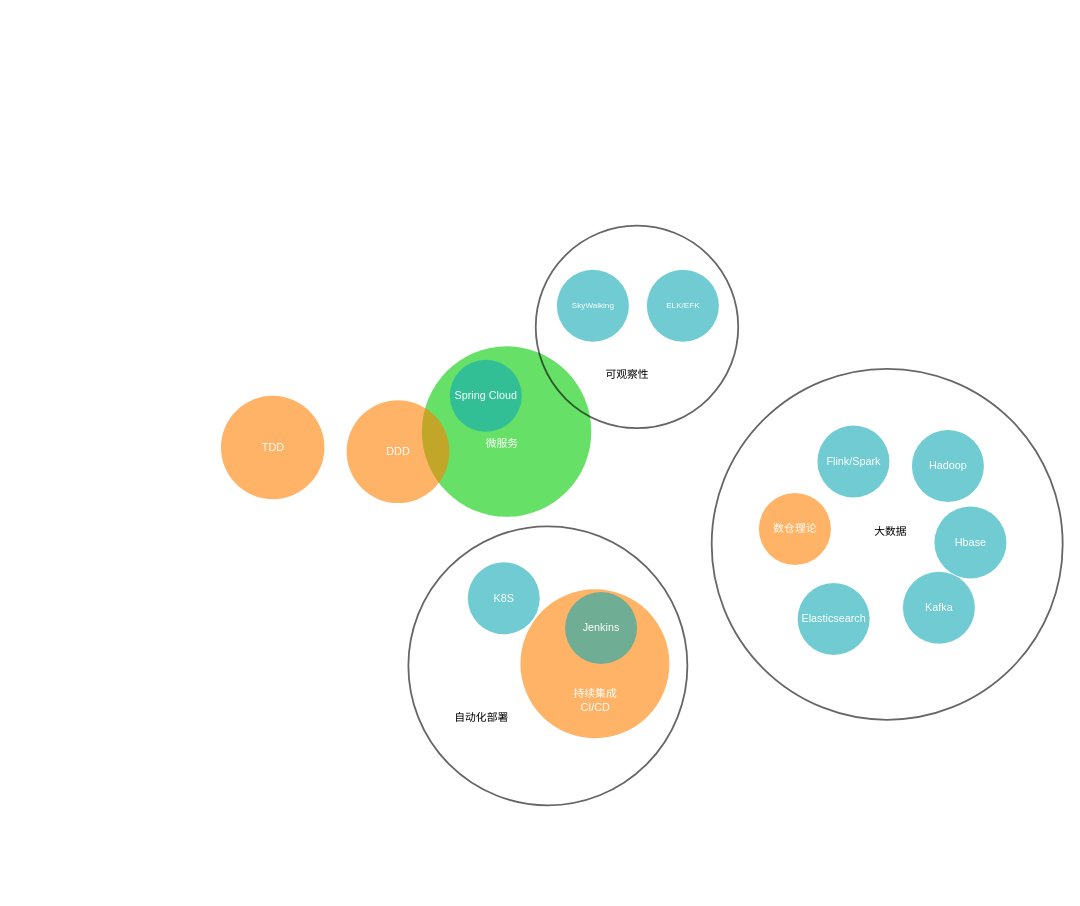
Before: 2019/软件开发技能关注点.drawio in BearKid/MyImageHosting, a draw.io diagram. Source tidied: cells renumbered, new cells numbered last; positions are measured from the earlier drawing's top-left corner, leaving out a move shared by most shapes. Both pictures are drawn from the tidied source at 45%, with x=0, y=0 at pixel (174, 225).
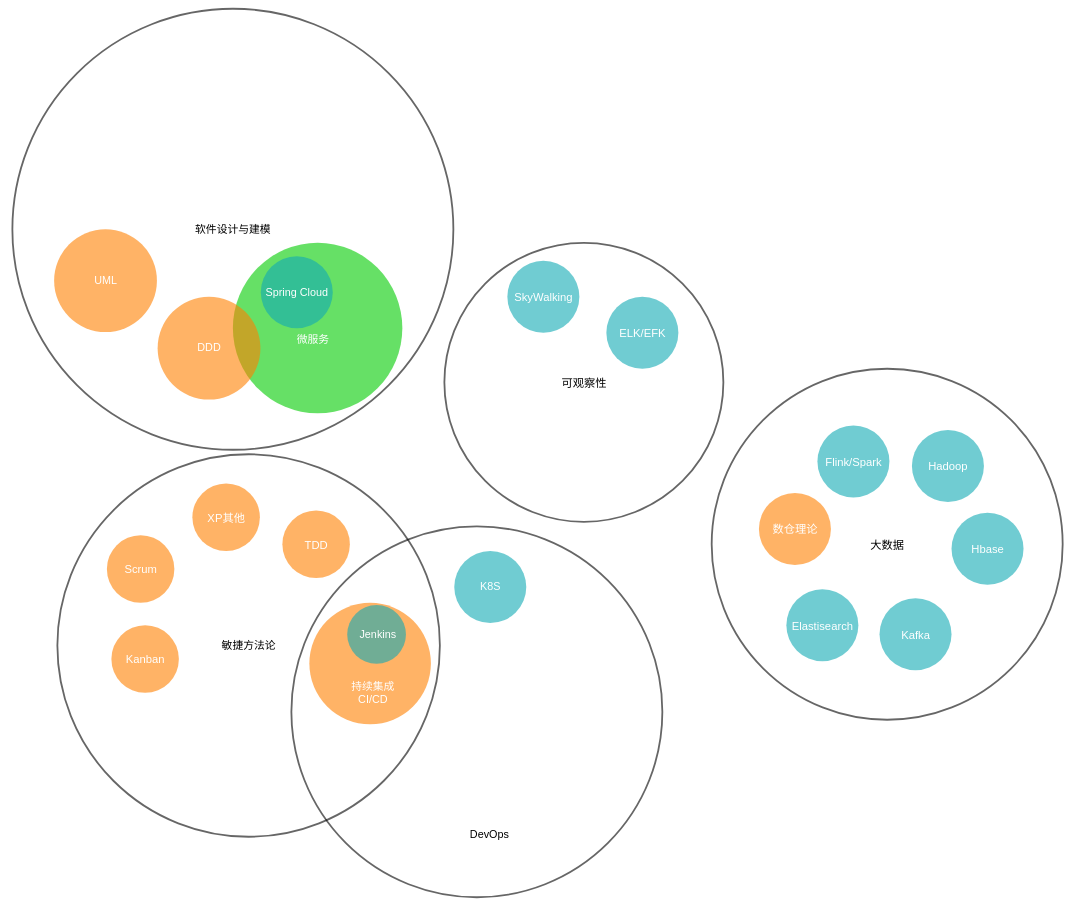
After the change.

Commit message:
更新软件开发技能关注点.drawio

The edit, as a diff of the source:
```diff
@@
-    <mxCell id="2" style="ellipse;fillColor=none;opacity=60;strokeColor=#000000;html=1;fontColor=#FFFFFF;strokeWidth=4;" parent="1" vertex="1">
-      <mxGeometry x="1194" y="318" width="780" height="780" as="geometry" />
-    </mxCell>
+    <mxCell id="9" style="ellipse;fillColor=none;opacity=60;strokeColor=#000000;html=1;fontColor=#FFFFFF;strokeWidth=4;" parent="1" vertex="1">
+      <mxGeometry x="260" y="668" width="824.4" height="824.4" as="geometry" />
+    </mxCell>
+    <mxCell id="59" value="&lt;font style=&quot;font-size: 24px&quot;&gt;敏捷方法论&lt;/font&gt;" style="ellipse;fillColor=none;opacity=60;strokeColor=#000000;html=1;fontColor=#000000;strokeWidth=4;" parent="1" vertex="1">
+      <mxGeometry x="-260" y="508" width="850" height="850" as="geometry" />
+    </mxCell>
@@
-    <mxCell id="8" style="group;" parent="1" vertex="1">
-      <mxGeometry x="550" y="698" width="746.4" height="600" as="geometry" />
-    </mxCell>
-    <mxCell id="9" style="ellipse;fillColor=none;opacity=60;strokeColor=#000000;html=1;fontColor=#FFFFFF;strokeWidth=4;" parent="8" vertex="1">
-      <mxGeometry x="-30" y="-30" width="620" height="620" as="geometry" />
-    </mxCell>
-    <mxCell id="10" style="group;" parent="8" vertex="1">
-      <mxGeometry x="30" y="50" width="304" height="160" as="geometry" />
-    </mxCell>
-    <mxCell id="11" style="ellipse;fillColor=#12AAB5;opacity=60;strokeColor=none;html=1;fontColor=#FFFFFF;" parent="10" vertex="1">
-      <mxGeometry x="72" width="160" height="160" as="geometry" />
-    </mxCell>
-    <mxCell id="12" value="K8S" style="text;fontSize=24;align=center;verticalAlign=middle;html=1;fontColor=#FFFFFF;" parent="10" vertex="1">
-      <mxGeometry y="24" width="304" height="112" as="geometry" />
-    </mxCell>
-    <mxCell id="13" style="group;" parent="8" vertex="1">
-      <mxGeometry x="70" y="110" width="676.4" height="421.1" as="geometry" />
-    </mxCell>
+    <mxCell id="19" value="&lt;font color=&quot;#000000&quot;&gt;DevOps&lt;/font&gt;" style="text;fontSize=24;align=center;verticalAlign=middle;html=1;fontColor=#FFFFFF;" parent="1" vertex="1">
+      <mxGeometry x="610" y="1318" width="180" height="70" as="geometry" />
+    </mxCell>
+    <mxCell id="60" style="group;" parent="1" vertex="1">
+      <mxGeometry x="300" y="838" width="281.1" height="270" as="geometry" />
+    </mxCell>
-    <mxCell id="14" style="ellipse;fillColor=#FF8000;opacity=60;strokeColor=none;html=1;fontColor=#FFFFFF;" parent="13" vertex="1">
-      <mxGeometry x="149" width="331.1" height="331.1" as="geometry" />
+    <mxCell id="14" style="ellipse;fillColor=#FF8000;opacity=60;strokeColor=none;html=1;fontColor=#FFFFFF;" parent="60" vertex="1">
+      <mxGeometry width="270" height="270" as="geometry" />
     </mxCell>
-    <mxCell id="15" value="持续集成&lt;br&gt;CI/CD" style="text;fontSize=24;align=center;verticalAlign=middle;html=1;fontColor=#FFFFFF;" parent="13" vertex="1">
-      <mxGeometry x="-4.5" y="131.1" width="638.2" height="231.8" as="geometry" />
+    <mxCell id="15" value="持续集成&lt;br&gt;CI/CD" style="text;fontSize=24;align=center;verticalAlign=middle;html=1;fontColor=#FFFFFF;" parent="60" vertex="1">
+      <mxGeometry x="38.7" y="190" width="203.6" height="19.5" as="geometry" />
     </mxCell>
-    <mxCell id="16" style="group;" parent="13" vertex="1">
-      <mxGeometry x="176.2" y="6.1" width="304" height="160" as="geometry" />
+    <mxCell id="16" style="group;" parent="60" vertex="1">
+      <mxGeometry x="23" y="5" width="258.1" height="130.5" as="geometry" />
     </mxCell>
     <mxCell id="17" style="ellipse;fillColor=#12AAB5;opacity=60;strokeColor=none;html=1;fontColor=#FFFFFF;" parent="16" vertex="1">
-      <mxGeometry x="72" width="160" height="160" as="geometry" />
+      <mxGeometry x="61.1" width="130.5" height="130.5" as="geometry" />
     </mxCell>
     <mxCell id="18" value="Jenkins" style="text;fontSize=24;align=center;verticalAlign=middle;html=1;fontColor=#FFFFFF;" parent="16" vertex="1">
-      <mxGeometry y="24" width="304" height="112" as="geometry" />
+      <mxGeometry y="19.6" width="258.1" height="91.3" as="geometry" />
     </mxCell>
-    <mxCell id="19" value="&lt;font color=&quot;#000000&quot;&gt;自动化部署&lt;/font&gt;" style="text;fontSize=24;align=center;verticalAlign=middle;html=1;fontColor=#FFFFFF;" parent="13" vertex="1">
-      <mxGeometry x="-90" y="230" width="304" height="112" as="geometry" />
-    </mxCell>
+    <mxCell id="10" style="group;" parent="1" vertex="1">
+      <mxGeometry x="550" y="723" width="304" height="160" as="geometry" />
+    </mxCell>
+    <mxCell id="11" style="ellipse;fillColor=#12AAB5;opacity=60;strokeColor=none;html=1;fontColor=#FFFFFF;" parent="10" vertex="1">
+      <mxGeometry x="72" width="160" height="160" as="geometry" />
+    </mxCell>
+    <mxCell id="12" value="K8S" style="text;fontSize=24;align=center;verticalAlign=middle;html=1;fontColor=#FFFFFF;" parent="10" vertex="1">
+      <mxGeometry y="24" width="304" height="112" as="geometry" />
+    </mxCell>
+    <mxCell id="32" value="TDD" style="ellipse;fillColor=#FF8000;opacity=60;strokeColor=none;html=1;fontColor=#FFFFFF;fontSize=25;" parent="1" vertex="1">
+      <mxGeometry x="240" y="633" width="150" height="150" as="geometry" />
+    </mxCell>
+    <mxCell id="61" value="Scrum" style="ellipse;fillColor=#FF8000;opacity=60;strokeColor=none;html=1;fontColor=#FFFFFF;fontSize=25;" parent="1" vertex="1">
+      <mxGeometry x="-150" y="688" width="150" height="150" as="geometry" />
+    </mxCell>
+    <mxCell id="62" value="XP其他" style="ellipse;fillColor=#FF8000;opacity=60;strokeColor=none;html=1;fontColor=#FFFFFF;fontSize=25;" parent="1" vertex="1">
+      <mxGeometry x="40" y="573" width="150" height="150" as="geometry" />
+    </mxCell>
+    <mxCell id="63" value="&lt;font size=&quot;5&quot;&gt;软件设计与建模&lt;/font&gt;" style="ellipse;fillColor=none;opacity=60;strokeColor=#000000;html=1;fontColor=#000000;strokeWidth=4;" parent="1" vertex="1">
+      <mxGeometry x="-360" y="-482" width="980" height="980" as="geometry" />
+    </mxCell>
     <mxCell id="20" style="group;" parent="1" vertex="1">
-      <mxGeometry x="550" y="268" width="420.3" height="379" as="geometry" />
+      <mxGeometry x="130" y="38" width="420.3" height="379" as="geometry" />
     </mxCell>
@@
-    <mxCell id="29" style="group;" parent="1" vertex="1">
-      <mxGeometry y="378" width="437" height="230" as="geometry" />
-    </mxCell>
-    <mxCell id="30" style="group;" parent="29" vertex="1">
-      <mxGeometry width="437" height="230" as="geometry" />
-    </mxCell>
-    <mxCell id="31" style="ellipse;fillColor=#FF8000;opacity=60;strokeColor=none;html=1;fontColor=#FFFFFF;" parent="30" vertex="1">
-      <mxGeometry x="103.5" width="230" height="230" as="geometry" />
-    </mxCell>
-    <mxCell id="32" value="TDD" style="text;fontSize=24;align=center;verticalAlign=middle;html=1;fontColor=#FFFFFF;" parent="30" vertex="1">
-      <mxGeometry y="34.5" width="437" height="161" as="geometry" />
-    </mxCell>
-    <mxCell id="33" style="group;" parent="1" vertex="1">
-      <mxGeometry x="1327" y="394" width="670" height="690" as="geometry" />
-    </mxCell>
-    <mxCell id="34" style="group;" parent="33" vertex="1">
-      <mxGeometry x="30" y="50" width="304" height="170" as="geometry" />
-    </mxCell>
-    <mxCell id="35" style="ellipse;fillColor=#12AAB5;opacity=60;strokeColor=none;html=1;fontColor=#FFFFFF;" parent="34" vertex="1">
-      <mxGeometry x="72" width="160" height="160" as="geometry" />
-    </mxCell>
-    <mxCell id="36" value="Flink/Spark" style="text;fontSize=24;align=center;verticalAlign=middle;html=1;fontColor=#FFFFFF;" parent="34" vertex="1">
-      <mxGeometry y="24" width="304" height="112" as="geometry" />
-    </mxCell>
-    <mxCell id="37" style="group;" parent="33" vertex="1">
-      <mxGeometry x="240" y="60" width="304" height="160" as="geometry" />
-    </mxCell>
-    <mxCell id="38" style="ellipse;fillColor=#12AAB5;opacity=60;strokeColor=none;html=1;fontColor=#FFFFFF;" parent="37" vertex="1">
-      <mxGeometry x="72" width="160" height="160" as="geometry" />
-    </mxCell>
-    <mxCell id="39" value="Hadoop" style="text;fontSize=24;align=center;verticalAlign=middle;html=1;fontColor=#FFFFFF;" parent="37" vertex="1">
-      <mxGeometry y="24" width="304" height="112" as="geometry" />
-    </mxCell>
-    <mxCell id="40" style="group;" parent="33" vertex="1">
-      <mxGeometry x="290" y="230" width="304" height="160" as="geometry" />
-    </mxCell>
-    <mxCell id="41" style="ellipse;fillColor=#12AAB5;opacity=60;strokeColor=none;html=1;fontColor=#FFFFFF;" parent="40" vertex="1">
-      <mxGeometry x="72" width="160" height="160" as="geometry" />
-    </mxCell>
-    <mxCell id="42" value="Hbase" style="text;fontSize=24;align=center;verticalAlign=middle;html=1;fontColor=#FFFFFF;" parent="40" vertex="1">
-      <mxGeometry y="24" width="304" height="112" as="geometry" />
-    </mxCell>
-    <mxCell id="43" style="group;" parent="33" vertex="1">
-      <mxGeometry x="220" y="375" width="304" height="160" as="geometry" />
-    </mxCell>
-    <mxCell id="44" style="ellipse;fillColor=#12AAB5;opacity=60;strokeColor=none;html=1;fontColor=#FFFFFF;" parent="43" vertex="1">
-      <mxGeometry x="72" width="160" height="160" as="geometry" />
-    </mxCell>
-    <mxCell id="45" value="Kafka" style="text;fontSize=24;align=center;verticalAlign=middle;html=1;fontColor=#FFFFFF;" parent="43" vertex="1">
-      <mxGeometry y="24" width="304" height="112" as="geometry" />
-    </mxCell>
-    <mxCell id="46" style="group;" parent="33" vertex="1">
-      <mxGeometry x="-14" y="400" width="304" height="160" as="geometry" />
-    </mxCell>
-    <mxCell id="47" style="ellipse;fillColor=#12AAB5;opacity=60;strokeColor=none;html=1;fontColor=#FFFFFF;" parent="46" vertex="1">
-      <mxGeometry x="72" width="160" height="160" as="geometry" />
-    </mxCell>
-    <mxCell id="48" value="Elasticsearch" style="text;fontSize=24;align=center;verticalAlign=middle;html=1;fontColor=#FFFFFF;" parent="46" vertex="1">
-      <mxGeometry y="24" width="304" height="112" as="geometry" />
-    </mxCell>
-    <mxCell id="49" style="group;" parent="33" vertex="1">
-      <mxGeometry x="-100" y="200" width="304" height="160" as="geometry" />
-    </mxCell>
-    <mxCell id="50" style="ellipse;fillColor=#FF8000;opacity=60;strokeColor=none;html=1;fontColor=#FFFFFF;" parent="49" vertex="1">
-      <mxGeometry x="72" width="160" height="160" as="geometry" />
-    </mxCell>
-    <mxCell id="51" value="数仓理论" style="text;fontSize=24;align=center;verticalAlign=middle;html=1;fontColor=#FFFFFF;" parent="49" vertex="1">
-      <mxGeometry y="24" width="304" height="112" as="geometry" />
-    </mxCell>
-    <mxCell id="52" value="&lt;font color=&quot;#000000&quot;&gt;大数据&lt;/font&gt;" style="text;fontSize=24;align=center;verticalAlign=middle;html=1;fontColor=#FFFFFF;" parent="33" vertex="1">
-      <mxGeometry x="112" y="230" width="304" height="112" as="geometry" />
-    </mxCell>
-    <mxCell id="53" style="group;" parent="1" vertex="1">
-      <mxGeometry x="437" y="330" width="1138" height="264" as="geometry" />
-    </mxCell>
-    <mxCell id="54" style="group;strokeWidth=5;" parent="53" vertex="1">
-      <mxGeometry x="110" y="-330" width="988" height="594" as="geometry" />
-    </mxCell>
+    <mxCell id="64" style="group;" parent="1" vertex="1">
+      <mxGeometry x="-370" y="8" width="434" height="228.4" as="geometry" />
+    </mxCell>
+    <mxCell id="65" style="ellipse;fillColor=#FF8000;opacity=60;strokeColor=none;html=1;fontColor=#FFFFFF;" parent="64" vertex="1">
+      <mxGeometry x="102.8" width="228.4" height="228.4" as="geometry" />
+    </mxCell>
+    <mxCell id="66" value="UML" style="text;fontSize=24;align=center;verticalAlign=middle;html=1;fontColor=#FFFFFF;" parent="64" vertex="1">
+      <mxGeometry y="34.3" width="434" height="159.9" as="geometry" />
+    </mxCell>
-    <mxCell id="55" style="ellipse;fillColor=none;opacity=60;strokeColor=#000000;html=1;fontColor=#FFFFFF;strokeWidth=4;" parent="54" vertex="1">
-      <mxGeometry x="256" width="450" height="450" as="geometry" />
+    <mxCell id="55" value="&lt;font color=&quot;#000000&quot; style=&quot;font-size: 25px&quot;&gt;可观察性&lt;/font&gt;" style="ellipse;fillColor=none;opacity=60;strokeColor=#000000;html=1;fontColor=#FFFFFF;strokeWidth=4;" parent="1" vertex="1">
+      <mxGeometry x="600" y="38" width="620" height="620" as="geometry" />
     </mxCell>
-    <mxCell id="56" value="可观察性" style="text;fontSize=24;align=center;verticalAlign=middle;html=1;fontColor=#000000;" parent="54" vertex="1">
-      <mxGeometry x="350" y="268" width="218" height="124" as="geometry" />
-    </mxCell>
-    <mxCell id="57" value="SkyWalking" style="ellipse;fillColor=#12AAB5;opacity=60;strokeColor=none;html=1;fontColor=#FFFFFF;fontSize=18;" parent="54" vertex="1">
-      <mxGeometry x="303" y="98" width="160" height="160" as="geometry" />
+    <mxCell id="57" value="SkyWalking" style="ellipse;fillColor=#12AAB5;opacity=60;strokeColor=none;html=1;fontColor=#FFFFFF;fontSize=25;" parent="1" vertex="1">
+      <mxGeometry x="740" y="78" width="160" height="160" as="geometry" />
     </mxCell>
-    <mxCell id="58" value="ELK/EFK" style="ellipse;fillColor=#12AAB5;opacity=60;strokeColor=none;html=1;fontColor=#FFFFFF;fontSize=18;" parent="54" vertex="1">
-      <mxGeometry x="503" y="98" width="160" height="160" as="geometry" />
+    <mxCell id="58" value="ELK/EFK" style="ellipse;fillColor=#12AAB5;opacity=60;strokeColor=none;html=1;fontColor=#FFFFFF;fontSize=25;" parent="1" vertex="1">
+      <mxGeometry x="960" y="158" width="160" height="160" as="geometry" />
     </mxCell>
+    <mxCell id="2" value="&lt;font color=&quot;#000000&quot;&gt;&lt;span style=&quot;font-size: 25px&quot;&gt;大数据&lt;/span&gt;&lt;/font&gt;" style="ellipse;fillColor=none;opacity=60;strokeColor=#000000;html=1;fontColor=#FFFFFF;strokeWidth=4;" parent="1" vertex="1">
+      <mxGeometry x="1194" y="318" width="780" height="780" as="geometry" />
+    </mxCell>
+    <mxCell id="47" value="Elastisearch" style="ellipse;fillColor=#12AAB5;opacity=60;strokeColor=none;html=1;fontColor=#FFFFFF;fontSize=25;" parent="1" vertex="1">
+      <mxGeometry x="1360" y="808" width="160" height="160" as="geometry" />
+    </mxCell>
+    <mxCell id="44" value="Kafka" style="ellipse;fillColor=#12AAB5;opacity=60;strokeColor=none;html=1;fontColor=#FFFFFF;fontSize=25;" parent="1" vertex="1">
+      <mxGeometry x="1567" y="828" width="160" height="160" as="geometry" />
+    </mxCell>
+    <mxCell id="41" value="Hbase" style="ellipse;fillColor=#12AAB5;opacity=60;strokeColor=none;html=1;fontColor=#FFFFFF;fontSize=25;" parent="1" vertex="1">
+      <mxGeometry x="1727" y="638" width="160" height="160" as="geometry" />
+    </mxCell>
+    <mxCell id="38" value="Hadoop" style="ellipse;fillColor=#12AAB5;opacity=60;strokeColor=none;html=1;fontColor=#FFFFFF;fontSize=25;" parent="1" vertex="1">
+      <mxGeometry x="1639" y="454" width="160" height="160" as="geometry" />
+    </mxCell>
+    <mxCell id="35" value="Flink/Spark" style="ellipse;fillColor=#12AAB5;opacity=60;strokeColor=none;html=1;fontColor=#FFFFFF;fontSize=25;" parent="1" vertex="1">
+      <mxGeometry x="1429" y="444" width="160" height="160" as="geometry" />
+    </mxCell>
+    <mxCell id="50" value="数仓理论" style="ellipse;fillColor=#FF8000;opacity=60;strokeColor=none;html=1;fontColor=#FFFFFF;fontSize=25;" parent="1" vertex="1">
+      <mxGeometry x="1299" y="594" width="160" height="160" as="geometry" />
+    </mxCell>
+    <mxCell id="67" value="Kanban" style="ellipse;fillColor=#FF8000;opacity=60;strokeColor=none;html=1;fontColor=#FFFFFF;fontSize=25;" parent="1" vertex="1">
+      <mxGeometry x="-140" y="888" width="150" height="150" as="geometry" />
+    </mxCell>
```
